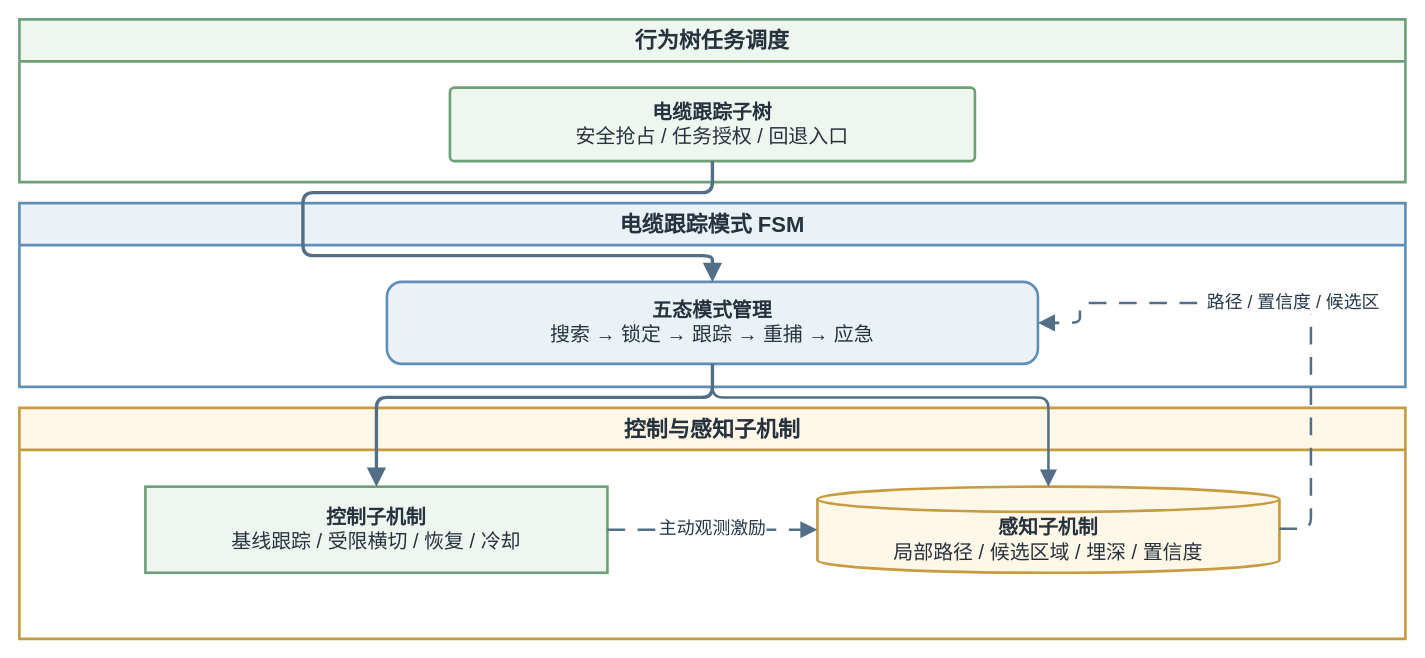
Earlier version of the draw.io diagram docs/figure/fig_statemachine_hierarchy.drawio (360ZMEM/AUV-Master-Mag). Source tidied: cells renumbered, new cells numbered last; positions are measured from the earlier drawing's top-left corner, leaving out a move shared by most shapes. Both pictures are drawn from the tidied source at 105%, with x=0, y=0 at pixel (19, 19).
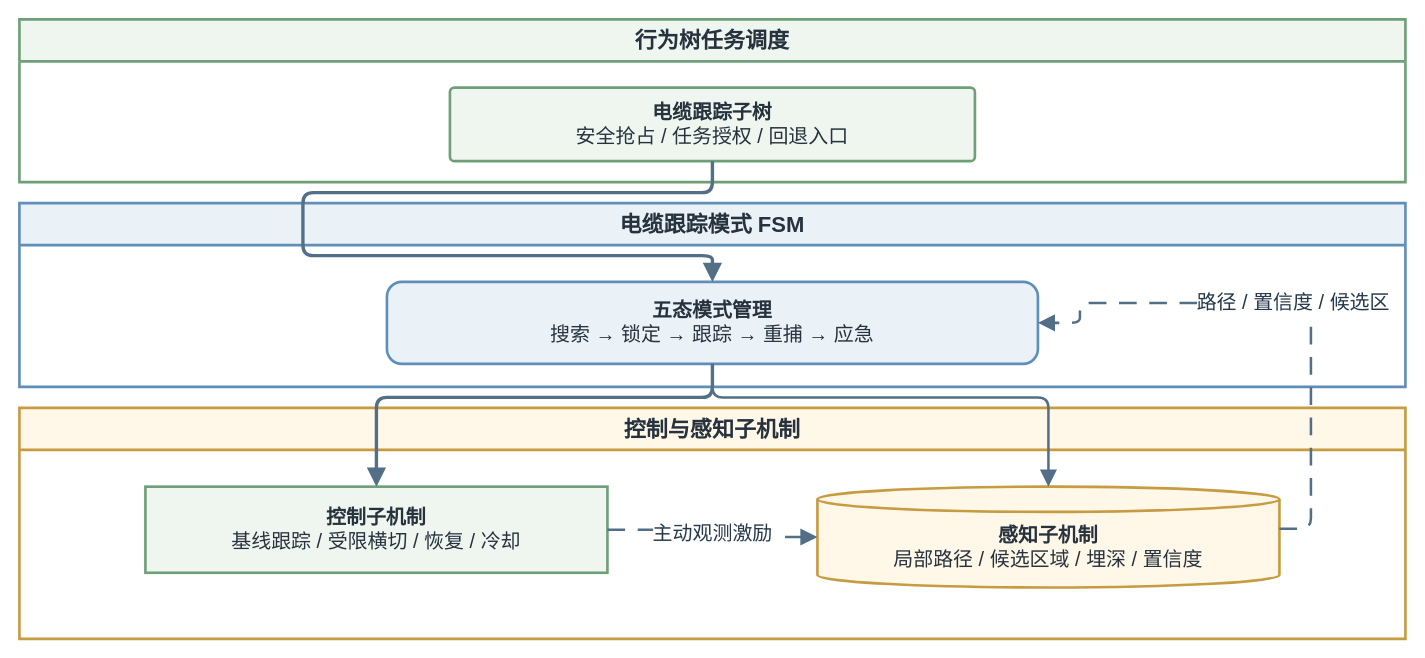
After the change.

Unchanged cells that the change refers to:
```xml
<mxCell id="4" value="控制与感知子机制" style="swimlane;whiteSpace=wrap;html=1;rounded=0;startSize=40;fillColor=#FFF7E8;strokeColor=#C69B42;strokeWidth=2.5;fontFamily=Songti SC;fontSize=21;fontStyle=1;fontColor=#26323D;" parent="1" vertex="1">
  <mxGeometry y="370" width="1320" height="220" as="geometry" />
</mxCell>
<mxCell id="6" value="&lt;b&gt;五态模式管理&lt;/b&gt;&lt;br&gt;搜索 → 锁定 → 跟踪 → 重捕 → 应急" style="rounded=1;arcSize=18;whiteSpace=wrap;html=1;align=center;verticalAlign=middle;fillColor=#EAF2F8;strokeColor=#5F8FB8;strokeWidth=2.5;spacing=8;fontFamily=Songti SC;fontSize=19;fontColor=#26323D;" parent="3" vertex="1">
  <mxGeometry x="350" y="75" width="620" height="78" as="geometry" />
</mxCell>
<mxCell id="7" value="&lt;b&gt;控制子机制&lt;/b&gt;&lt;br&gt;基线跟踪 / 受限横切 / 恢复 / 冷却" style="rounded=0;whiteSpace=wrap;html=1;align=center;verticalAlign=middle;fillColor=#EEF6EF;strokeColor=#6E9F78;strokeWidth=2.5;spacing=8;fontFamily=Songti SC;fontSize=19;fontColor=#26323D;" parent="4" vertex="1">
  <mxGeometry x="120" y="75" width="440" height="82" as="geometry" />
</mxCell>
```

Change to the diagram source:
```diff
@@
     <mxCell id="8" value="&lt;b&gt;感知子机制&lt;/b&gt;&lt;br&gt;局部路径 / 候选区域 / 埋深 / 置信度" style="shape=cylinder3;boundedLbl=1;backgroundOutline=1;size=12;whiteSpace=wrap;html=1;align=center;verticalAlign=middle;fillColor=#FFF7E8;strokeColor=#C69B42;strokeWidth=2.5;spacing=8;fontFamily=Songti SC;fontSize=19;fontColor=#26323D;" parent="4" vertex="1">
-      <mxGeometry x="760" y="75" width="440" height="82" as="geometry" />
+      <mxGeometry x="760" y="75" width="440" height="96" as="geometry" />
     </mxCell>
@@
-    <mxCell id="12" value="路径 / 置信度 / 候选区" style="edgeStyle=orthogonalEdgeStyle;rounded=1;jettySize=auto;html=1;strokeColor=#536F87;strokeWidth=2.4;fontFamily=Songti SC;fontSize=17;fontColor=#25384A;labelBackgroundColor=#FFFFFF;labelBorderColor=none;endArrow=block;endFill=1;endSize=10;dashed=1;dashPattern=7 5;exitX=1;entryX=1;" parent="1" edge="1" source="8" target="6">
+    <mxCell id="12" value="路径 / 置信度 / 候选区" style="edgeStyle=orthogonalEdgeStyle;rounded=1;jettySize=auto;html=1;strokeColor=#536F87;strokeWidth=2.4;fontFamily=Songti SC;fontSize=19;fontColor=#25384A;labelBackgroundColor=#FFFFFF;labelBorderColor=none;endArrow=block;endFill=1;endSize=10;dashed=1;dashPattern=7 5;exitX=1;entryX=1;" parent="1" edge="1" source="8" target="6">
       <mxGeometry relative="1" as="geometry">
         <Array as="points">
           <mxPoint x="1230" y="485" />
           <mxPoint x="1230" y="270" />
           <mxPoint x="1010" y="270" />
         </Array>
       </mxGeometry>
     </mxCell>
-    <mxCell id="13" value="主动观测激励" style="edgeStyle=orthogonalEdgeStyle;rounded=1;jettySize=auto;html=1;strokeColor=#536F87;strokeWidth=2.4;fontFamily=Songti SC;fontSize=17;fontColor=#25384A;labelBackgroundColor=#FFFFFF;labelBorderColor=none;endArrow=block;endFill=1;endSize=10;dashed=1;dashPattern=7 5;exitX=1;entryX=0;" parent="1" edge="1" source="7" target="8">
+    <mxCell id="13" value="主动观测激励" style="edgeStyle=orthogonalEdgeStyle;rounded=1;jettySize=auto;html=1;strokeColor=#536F87;strokeWidth=2.4;fontFamily=Songti SC;fontSize=19;fontColor=#25384A;labelBackgroundColor=#FFFFFF;labelBorderColor=none;endArrow=block;endFill=1;endSize=10;dashed=1;dashPattern=7 5;exitX=1;entryX=0;" parent="1" edge="1" source="7" target="8">
       <mxGeometry relative="1" as="geometry" />
     </mxCell>
```
